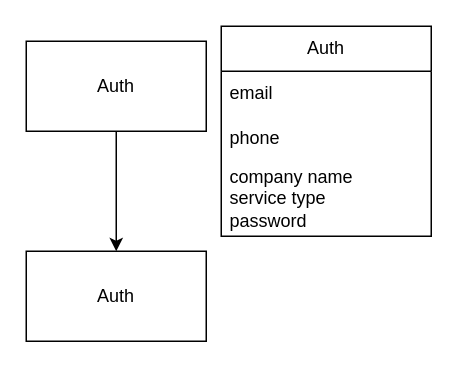
shaxboz19/excel keeps this draw.io diagram as med.drawio. Above is the earlier version. Source tidied: cells renumbered, new cells numbered last; positions are measured from the earlier drawing's top-left corner, leaving out a move shared by most shapes. Both pictures are drawn from the tidied source at 150%, with x=0, y=0 at pixel (26, 26).
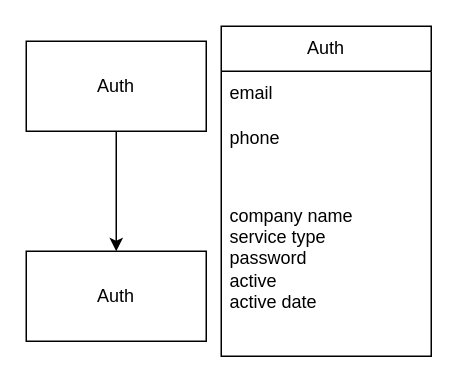
Above is the later version.

The edit, as a diff of the source:
```diff
@@
 <mxGraphModel>
   <root>
     <mxCell id="0" />
     <mxCell id="1" parent="0" />
     <mxCell id="2" style="edgeStyle=orthogonalEdgeStyle;rounded=0;jettySize=auto;html=1;" parent="1" edge="1" source="3" target="4">
       <mxGeometry relative="1" as="geometry" />
     </mxCell>
     <mxCell id="3" value="Auth" style="rounded=0;whiteSpace=wrap;html=1;" parent="1" vertex="1">
       <mxGeometry y="10" width="120" height="60" as="geometry" />
     </mxCell>
     <mxCell id="4" value="Auth" style="rounded=0;whiteSpace=wrap;html=1;" parent="1" vertex="1">
       <mxGeometry y="150" width="120" height="60" as="geometry" />
     </mxCell>
     <mxCell id="5" value="Auth" style="swimlane;fontStyle=0;horizontal=1;startSize=30;whiteSpace=wrap;html=1;" parent="1" vertex="1">
-      <mxGeometry x="130" width="140" height="140" as="geometry" />
+      <mxGeometry x="130" width="140" height="220" as="geometry" />
     </mxCell>
     <mxCell id="6" value="email" style="text;strokeColor=none;fillColor=none;align=left;verticalAlign=middle;spacingLeft=4;spacingRight=4;overflow=hidden;whiteSpace=wrap;html=1;" parent="5" vertex="1">
       <mxGeometry y="30" width="140" height="30" as="geometry" />
     </mxCell>
     <mxCell id="7" value="phone" style="text;strokeColor=none;fillColor=none;align=left;verticalAlign=middle;spacingLeft=4;spacingRight=4;overflow=hidden;whiteSpace=wrap;html=1;" parent="5" vertex="1">
       <mxGeometry y="60" width="140" height="30" as="geometry" />
     </mxCell>
-    <mxCell id="8" value="company name&lt;br&gt;service type&lt;br&gt;password" style="text;strokeColor=none;fillColor=none;align=left;verticalAlign=middle;spacingLeft=4;spacingRight=4;overflow=hidden;whiteSpace=wrap;html=1;" parent="5" vertex="1">
-      <mxGeometry y="90" width="140" height="50" as="geometry" />
+    <mxCell id="8" value="company name&lt;br&gt;service type&lt;br&gt;password&lt;br&gt;active&lt;br&gt;active date" style="text;strokeColor=none;fillColor=none;align=left;verticalAlign=middle;spacingLeft=4;spacingRight=4;overflow=hidden;whiteSpace=wrap;html=1;" parent="5" vertex="1">
+      <mxGeometry y="90" width="140" height="130" as="geometry" />
     </mxCell>
   </root>
 </mxGraphModel>
```
